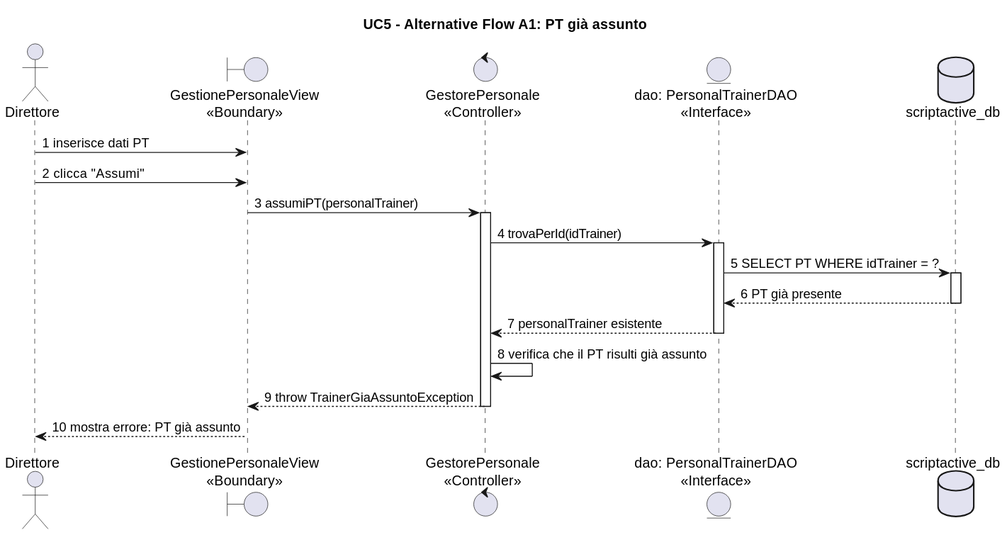
Before: ScriptActive/Documenti/08. Diagrammi di Sequenza/Visualizzazioni/DSequenzaUC5Alt1.svg, a diagram exported from PlantUML (svilu999/Progetto-ScriptActive). The source it was exported from:
```plantuml
@startuml
title UC5 - Alternative Flow A1: PT già assunto

actor "Direttore" as Direttore
boundary "GestionePersonaleView\n<<Boundary>>" as View
control "GestorePersonale\n<<Controller>>" as Controller
entity "dao: PersonalTrainerDAO\n<<Interface>>" as PTDAO
database "scriptactive_db" as DB

Direttore -> View : 1 inserisce dati PT
Direttore -> View : 2 clicca "Assumi"

View -> Controller : 3 assumiPT(personalTrainer)
activate Controller

Controller -> PTDAO : 4 trovaPerId(idTrainer)
activate PTDAO

PTDAO -> DB : 5 SELECT PT WHERE idTrainer = ?
activate DB
DB --> PTDAO : 6 PT già presente
deactivate DB

PTDAO --> Controller : 7 personalTrainer esistente
deactivate PTDAO

Controller -> Controller : 8 verifica che il PT risulti già assunto

Controller --> View : 9 throw TrainerGiaAssuntoException
deactivate Controller

View --> Direttore : 10 mostra errore: PT già assunto
@enduml
```
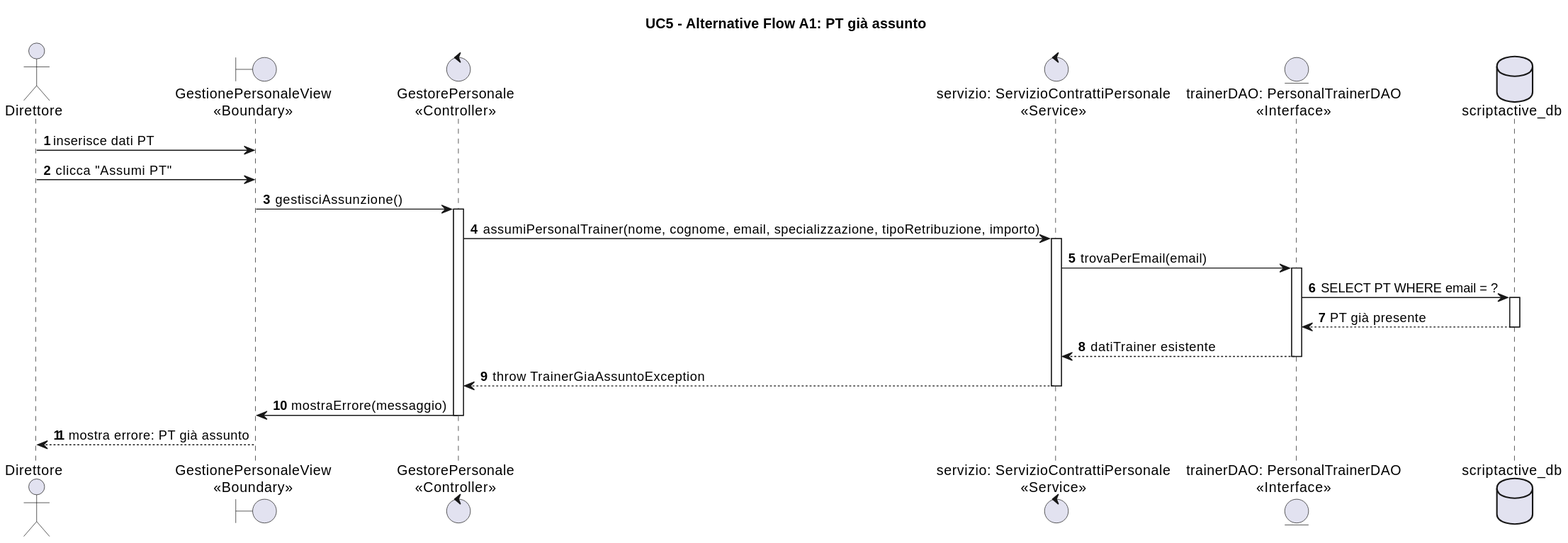
After the change.

Diff of the diagram source:
```diff
@@ -1,33 +1,38 @@
 @startuml
 title UC5 - Alternative Flow A1: PT già assunto
+
+autonumber
 
 actor "Direttore" as Direttore
 boundary "GestionePersonaleView\n<<Boundary>>" as View
 control "GestorePersonale\n<<Controller>>" as Controller
-entity "dao: PersonalTrainerDAO\n<<Interface>>" as PTDAO
+control "servizio: ServizioContrattiPersonale\n<<Service>>" as Servizio
+entity "trainerDAO: PersonalTrainerDAO\n<<Interface>>" as PTDAO
 database "scriptactive_db" as DB
 
-Direttore -> View : 1 inserisce dati PT
-Direttore -> View : 2 clicca "Assumi"
+Direttore -> View : inserisce dati PT
+Direttore -> View : clicca "Assumi PT"
 
-View -> Controller : 3 assumiPT(personalTrainer)
+View -> Controller : gestisciAssunzione()
 activate Controller
 
-Controller -> PTDAO : 4 trovaPerId(idTrainer)
+Controller -> Servizio : assumiPersonalTrainer(nome, cognome, email, specializzazione, tipoRetribuzione, importo)
+activate Servizio
+
+Servizio -> PTDAO : trovaPerEmail(email)
 activate PTDAO
-
-PTDAO -> DB : 5 SELECT PT WHERE idTrainer = ?
+PTDAO -> DB : SELECT PT WHERE email = ?
 activate DB
-DB --> PTDAO : 6 PT già presente
+DB --> PTDAO : PT già presente
 deactivate DB
-
-PTDAO --> Controller : 7 personalTrainer esistente
+PTDAO --> Servizio : datiTrainer esistente
 deactivate PTDAO
 
-Controller -> Controller : 8 verifica che il PT risulti già assunto
+Servizio --> Controller : throw TrainerGiaAssuntoException
+deactivate Servizio
 
-Controller --> View : 9 throw TrainerGiaAssuntoException
+Controller -> View : mostraErrore(messaggio)
 deactivate Controller
 
-View --> Direttore : 10 mostra errore: PT già assunto
+View --> Direttore : mostra errore: PT già assunto
 @enduml
```
